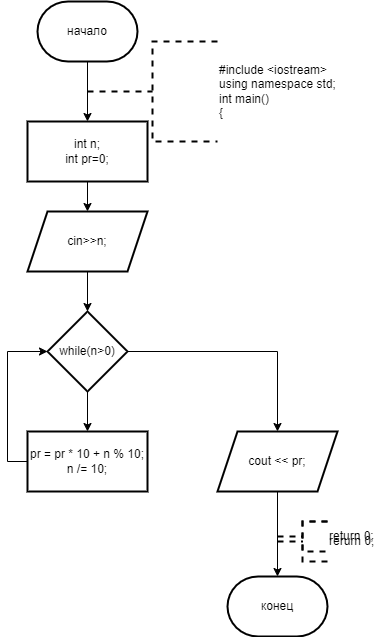
ksinph/PSTU_LABS_2023 keeps this draw.io diagram as 2_18.drawio.png. Above is the earlier version. Source tidied: cells renumbered, new cells last; positions are measured from the earlier drawing's top-left corner, leaving out a move shared by most shapes.
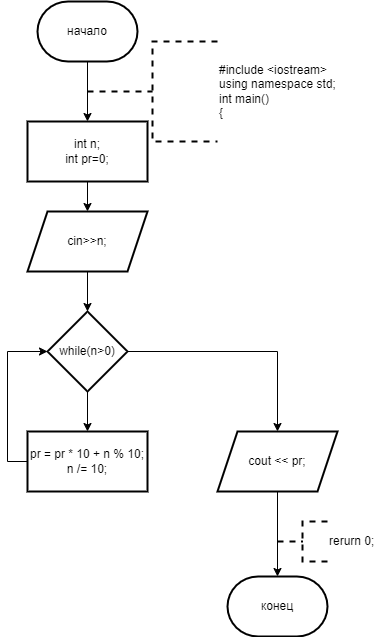
After the commit.

What changed in the source:
```diff
@@ -47,9 +47,6 @@
     <mxCell id="16" value="&lt;div&gt;#include &amp;lt;iostream&amp;gt;&lt;/div&gt;&lt;div&gt;using namespace std;&lt;/div&gt;&lt;div&gt;int main()&lt;/div&gt;&lt;div&gt;{&lt;/div&gt;" style="strokeWidth=2;html=1;shape=mxgraph.flowchart.annotation_2;align=left;labelPosition=right;dashed=1;" parent="1" vertex="1">
       <mxGeometry x="60" y="40" width="130" height="100" as="geometry" />
     </mxCell>
-    <mxCell id="17" value="return 0;" style="strokeWidth=2;html=1;shape=mxgraph.flowchart.annotation_2;align=left;labelPosition=right;dashed=1;" parent="1" vertex="1">
-      <mxGeometry x="250" y="520" width="50" height="30" as="geometry" />
-    </mxCell>
     <mxCell id="18" value="rerurn 0;" style="strokeWidth=2;html=1;shape=mxgraph.flowchart.annotation_2;align=left;labelPosition=right;dashed=1;" parent="1" vertex="1">
       <mxGeometry x="250" y="520" width="50" height="40" as="geometry" />
     </mxCell>
```
